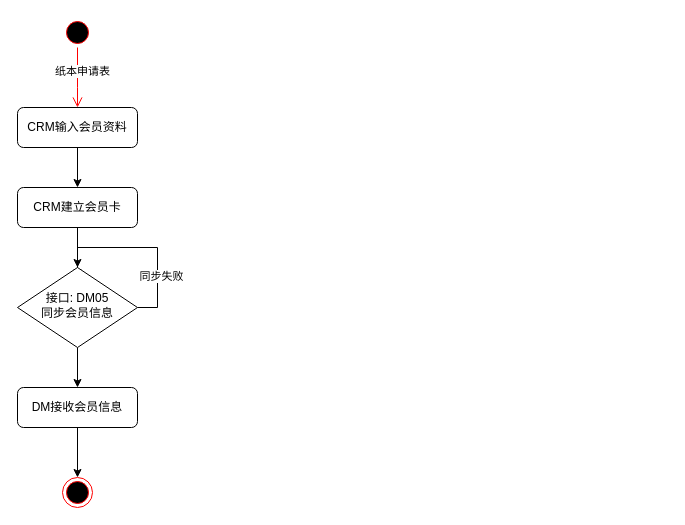
This is page "会员注册(CRM发起)" (2 of 7) of DM会员注册.drawio from luss613/draw.io, a draw.io file, before an edit. Source tidied: cells renumbered, new cells numbered last; positions are measured from the earlier drawing's top-left corner, leaving out a move shared by most shapes. Both pictures are drawn from the tidied source at 100%, with x=0, y=0 at pixel (17, 17).
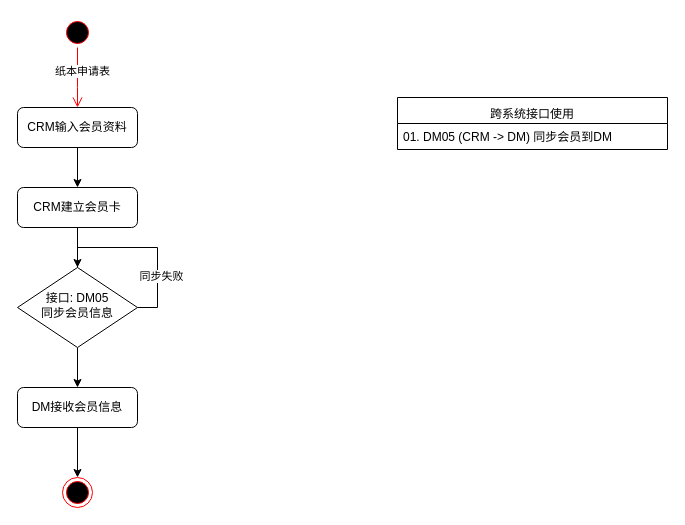
Above is the later version.

Diff of the diagram source:
```diff
@@
+    <mxCell id="16" value="跨系统接口使用" style="swimlane;fontStyle=0;horizontal=1;startSize=26;align=center;verticalAlign=bottom;" parent="1" vertex="1">
+      <mxGeometry x="380" y="80" width="270" height="52" as="geometry" />
+    </mxCell>
+    <mxCell id="17" value="01. DM05 (CRM -&gt; DM) 同步会员到DM" style="text;strokeColor=none;fillColor=none;align=left;verticalAlign=top;spacingLeft=4;spacingRight=4;overflow=hidden;" parent="16" vertex="1">
+      <mxGeometry y="26" width="270" height="26" as="geometry" />
+    </mxCell>
```
